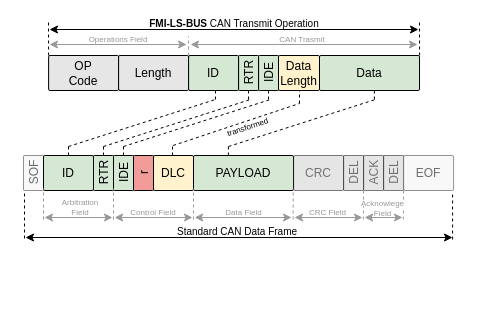
The draw.io diagram docs/images/bus_operation_can_frame_mapping_example.drawio in modelica/fmi-ls-bus, before the edit. Source tidied: cells renumbered, new cells numbered last; positions are measured from the earlier drawing's top-left corner, leaving out a move shared by most shapes. Both pictures are drawn from the tidied source at 100%, with x=0, y=0 at pixel (23, 17).
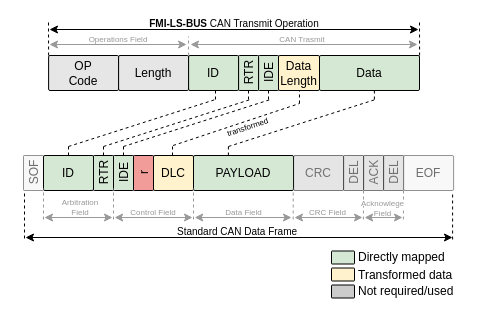
Above is the later version.

Change to the diagram source:
```diff
@@
+    <mxCell id="69" style="group;" parent="1" vertex="1">
+      <mxGeometry x="308" y="225" width="149" height="63.5" as="geometry" />
+    </mxCell>
+    <mxCell id="70" style="rounded=1;whiteSpace=wrap;html=1;arcSize=4;horizontal=1;fillColor=#D5E8D4;" parent="69" vertex="1">
+      <mxGeometry y="8.5" width="23" height="13" as="geometry" />
+    </mxCell>
+    <mxCell id="71" value="Directly mapped" style="text;html=1;whiteSpace=wrap;strokeColor=none;fillColor=none;align=left;verticalAlign=middle;rounded=0;" parent="69" vertex="1">
+      <mxGeometry x="25" width="124" height="30" as="geometry" />
+    </mxCell>
+    <mxCell id="72" style="rounded=1;whiteSpace=wrap;html=1;arcSize=4;horizontal=1;fillColor=#FFF2CC;" parent="69" vertex="1">
+      <mxGeometry y="25.5" width="23" height="13" as="geometry" />
+    </mxCell>
+    <mxCell id="73" value="Transformed data" style="text;html=1;whiteSpace=wrap;strokeColor=none;fillColor=none;align=left;verticalAlign=middle;rounded=0;" parent="69" vertex="1">
+      <mxGeometry x="25" y="17.5" width="124" height="30" as="geometry" />
+    </mxCell>
+    <mxCell id="74" style="rounded=1;whiteSpace=wrap;html=1;arcSize=4;horizontal=1;fillColor=#CCCCCC;" parent="69" vertex="1">
+      <mxGeometry y="42.5" width="23" height="13" as="geometry" />
+    </mxCell>
+    <mxCell id="75" value="Not required/used" style="text;html=1;whiteSpace=wrap;strokeColor=none;fillColor=none;align=left;verticalAlign=middle;rounded=0;" parent="69" vertex="1">
+      <mxGeometry x="25" y="33.5" width="124" height="30" as="geometry" />
+    </mxCell>
```
